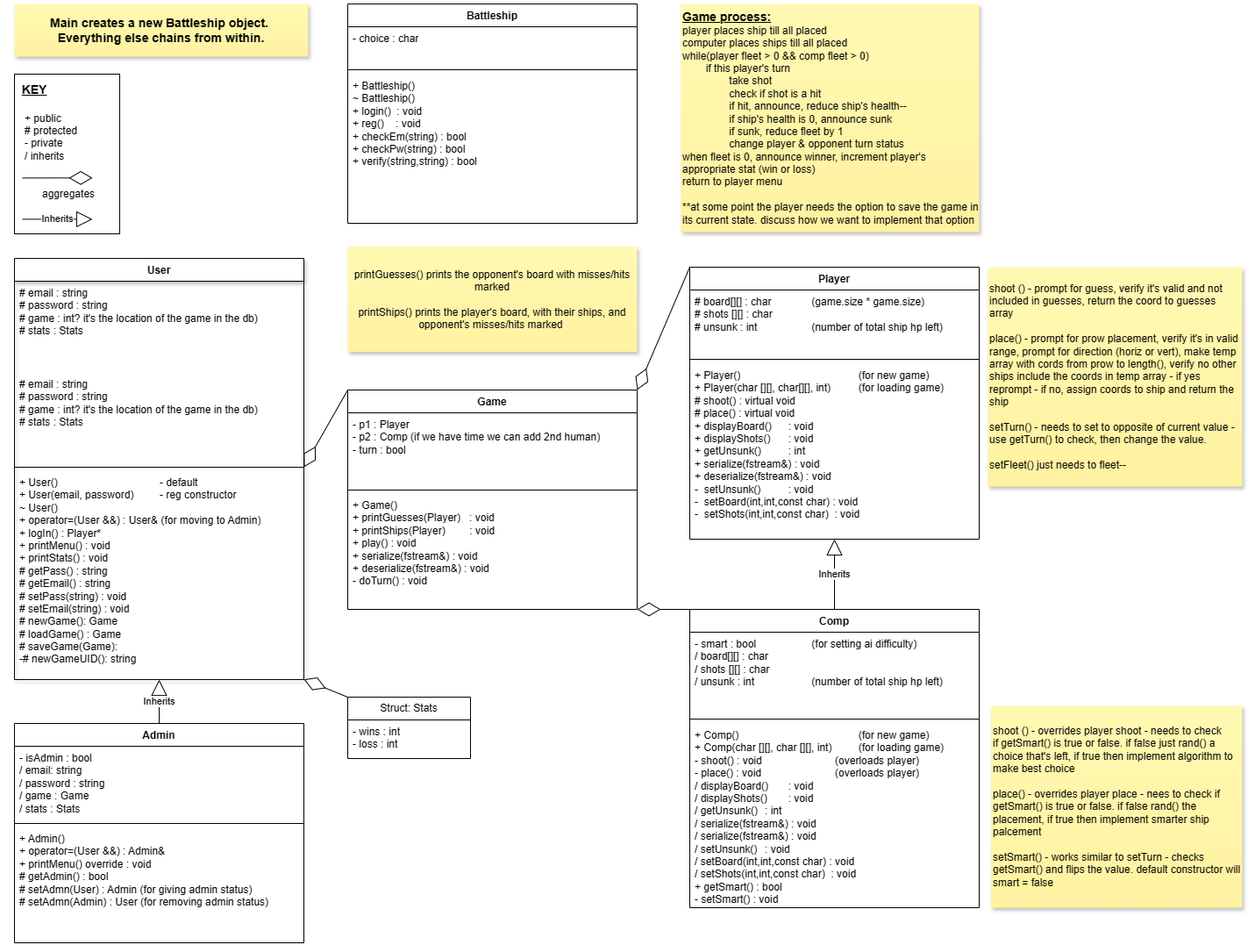
Above: BattleshipClasses.drawio.png in StephaniePeacock/Battleship (draw.io), before the change. Source tidied: cells renumbered, new cells last; positions are measured from the earlier drawing's top-left corner, leaving out a move shared by most shapes.
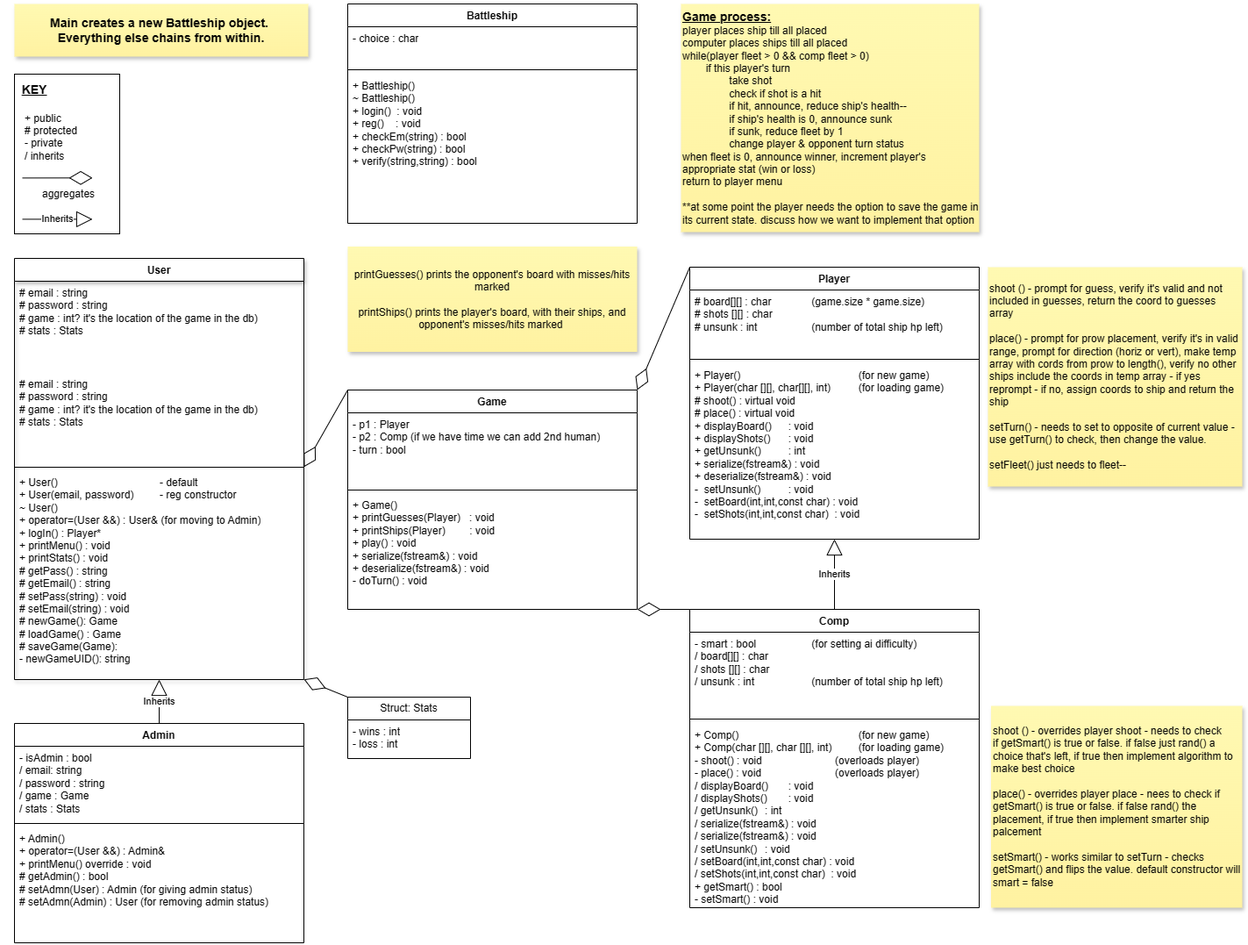
Above is the later version.

Change to the diagram source:
```diff
@@ -14,7 +14,7 @@
     <mxCell id="5" style="line;strokeWidth=1;fillColor=none;align=left;verticalAlign=middle;spacingTop=-1;spacingLeft=3;spacingRight=3;labelPosition=right;points=[];portConstraint=eastwest;strokeColor=inherit;" parent="2" vertex="1">
       <mxGeometry y="234" width="330" height="8" as="geometry" />
     </mxCell>
-    <mxCell id="6" value="+ User()&lt;span style=&quot;white-space: pre;&quot;&gt;&#9;&lt;/span&gt;&lt;span style=&quot;white-space: pre;&quot;&gt;&#9;&lt;/span&gt;&lt;span style=&quot;white-space: pre;&quot;&gt;&#9;&lt;span style=&quot;white-space: pre;&quot;&gt;&#9;&lt;/span&gt;&lt;span style=&quot;white-space: pre;&quot;&gt;&#9;&lt;/span&gt;&lt;/span&gt;- default&lt;br&gt;+ User(email, password) &lt;span style=&quot;white-space: pre;&quot;&gt;&#9;&lt;/span&gt;- reg constructor&lt;div&gt;&lt;div&gt;~ User()&lt;/div&gt;&lt;div&gt;+ operator=(User &amp;amp;&amp;amp;) : User&amp;amp; (for moving to Admin)&lt;br&gt;&lt;div&gt;+ logIn() : Player*&lt;/div&gt;&lt;div&gt;+ printMenu() : void&lt;/div&gt;&lt;/div&gt;&lt;div&gt;+ printStats() : void&lt;/div&gt;&lt;div&gt;# getPass() : string&lt;/div&gt;&lt;div&gt;# getEmail() : string&lt;/div&gt;&lt;div&gt;&lt;span style=&quot;background-color: initial;&quot;&gt;# setPass(string) : void&lt;/span&gt;&lt;br&gt;&lt;/div&gt;&lt;div&gt;# setEmail(string) : void&lt;/div&gt;&lt;div&gt;# newGame(): Game&lt;/div&gt;&lt;div&gt;# loadGame() : Game&lt;/div&gt;&lt;div&gt;# saveGame(Game):&lt;/div&gt;&lt;div&gt;-# newGameUID(): string&lt;/div&gt;&lt;div&gt;&lt;br&gt;&lt;/div&gt;&lt;/div&gt;" style="text;strokeColor=none;fillColor=none;align=left;verticalAlign=top;spacingLeft=4;spacingRight=4;overflow=hidden;points=[[0,0.5],[1,0.5]];portConstraint=eastwest;whiteSpace=wrap;html=1;" parent="2" vertex="1">
+    <mxCell id="6" value="+ User()&lt;span style=&quot;white-space: pre;&quot;&gt;&#9;&lt;/span&gt;&lt;span style=&quot;white-space: pre;&quot;&gt;&#9;&lt;/span&gt;&lt;span style=&quot;white-space: pre;&quot;&gt;&#9;&lt;span style=&quot;white-space: pre;&quot;&gt;&#9;&lt;/span&gt;&lt;span style=&quot;white-space: pre;&quot;&gt;&#9;&lt;/span&gt;&lt;/span&gt;- default&lt;br&gt;+ User(email, password) &lt;span style=&quot;white-space: pre;&quot;&gt;&#9;&lt;/span&gt;- reg constructor&lt;div&gt;&lt;div&gt;~ User()&lt;/div&gt;&lt;div&gt;+ operator=(User &amp;amp;&amp;amp;) : User&amp;amp; (for moving to Admin)&lt;br&gt;&lt;div&gt;+ logIn() : Player*&lt;/div&gt;&lt;div&gt;+ printMenu() : void&lt;/div&gt;&lt;/div&gt;&lt;div&gt;+ printStats() : void&lt;/div&gt;&lt;div&gt;# getPass() : string&lt;/div&gt;&lt;div&gt;# getEmail() : string&lt;/div&gt;&lt;div&gt;&lt;span style=&quot;background-color: initial;&quot;&gt;# setPass(string) : void&lt;/span&gt;&lt;br&gt;&lt;/div&gt;&lt;div&gt;# setEmail(string) : void&lt;/div&gt;&lt;div&gt;# newGame(): Game&lt;/div&gt;&lt;div&gt;# loadGame() : Game&lt;/div&gt;&lt;div&gt;# saveGame(Game):&lt;/div&gt;&lt;div&gt;- newGameUID(): string&lt;/div&gt;&lt;div&gt;&lt;br&gt;&lt;/div&gt;&lt;/div&gt;" style="text;strokeColor=none;fillColor=none;align=left;verticalAlign=top;spacingLeft=4;spacingRight=4;overflow=hidden;points=[[0,0.5],[1,0.5]];portConstraint=eastwest;whiteSpace=wrap;html=1;" parent="2" vertex="1">
       <mxGeometry y="242" width="330" height="238" as="geometry" />
     </mxCell>
     <mxCell id="7" value="Player" style="swimlane;fontStyle=1;align=center;verticalAlign=top;horizontal=1;startSize=26;whiteSpace=wrap;html=1;" parent="1" vertex="1">
```
